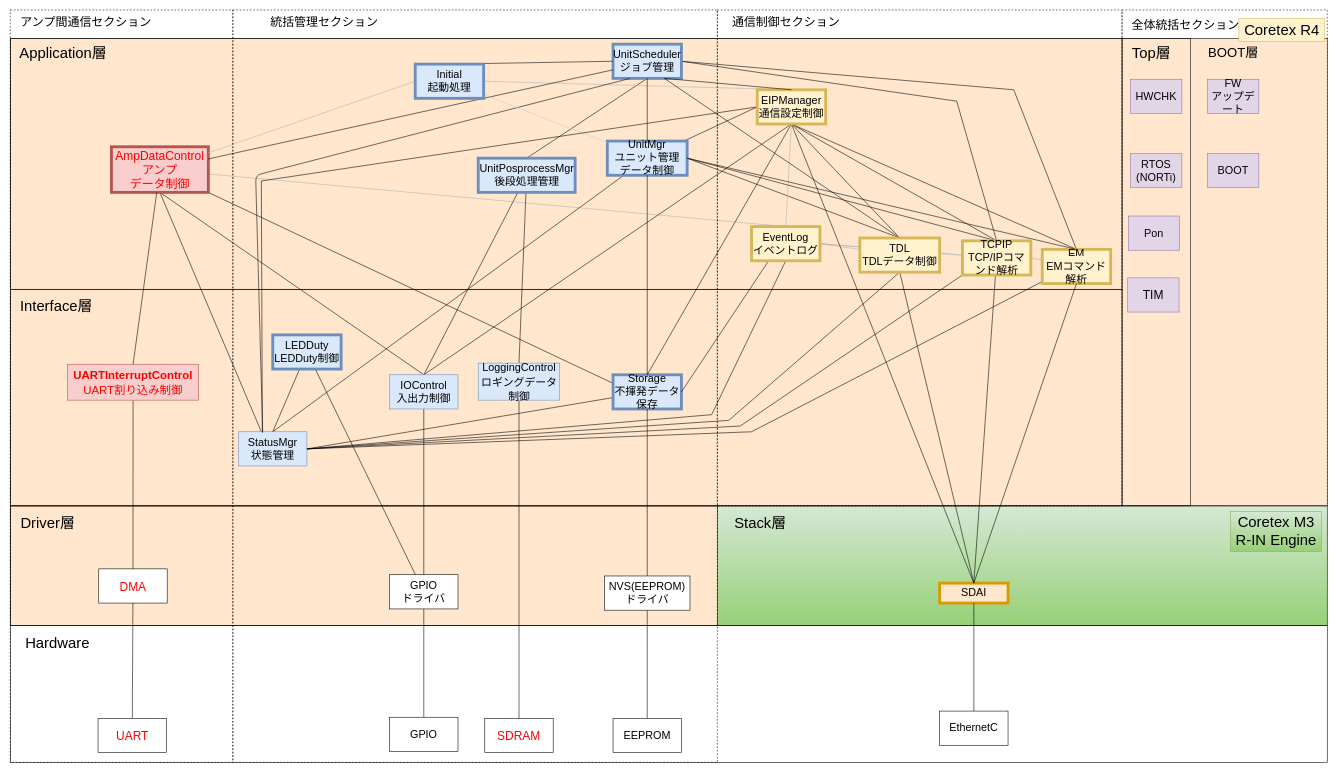
This is page "RevG_NewスマNWU静的構造_完全版" (1 of 4) of NWユニット_アーキテクチャ図.drawio from YutaSuzukiGARI/nwunit, a draw.io file, before an edit. Source tidied: cells renumbered, new cells numbered last; positions are measured from the earlier drawing's top-left corner, leaving out a move shared by most shapes. Both pictures are drawn from the tidied source at 57%, with x=0, y=0 at pixel (10, 10).
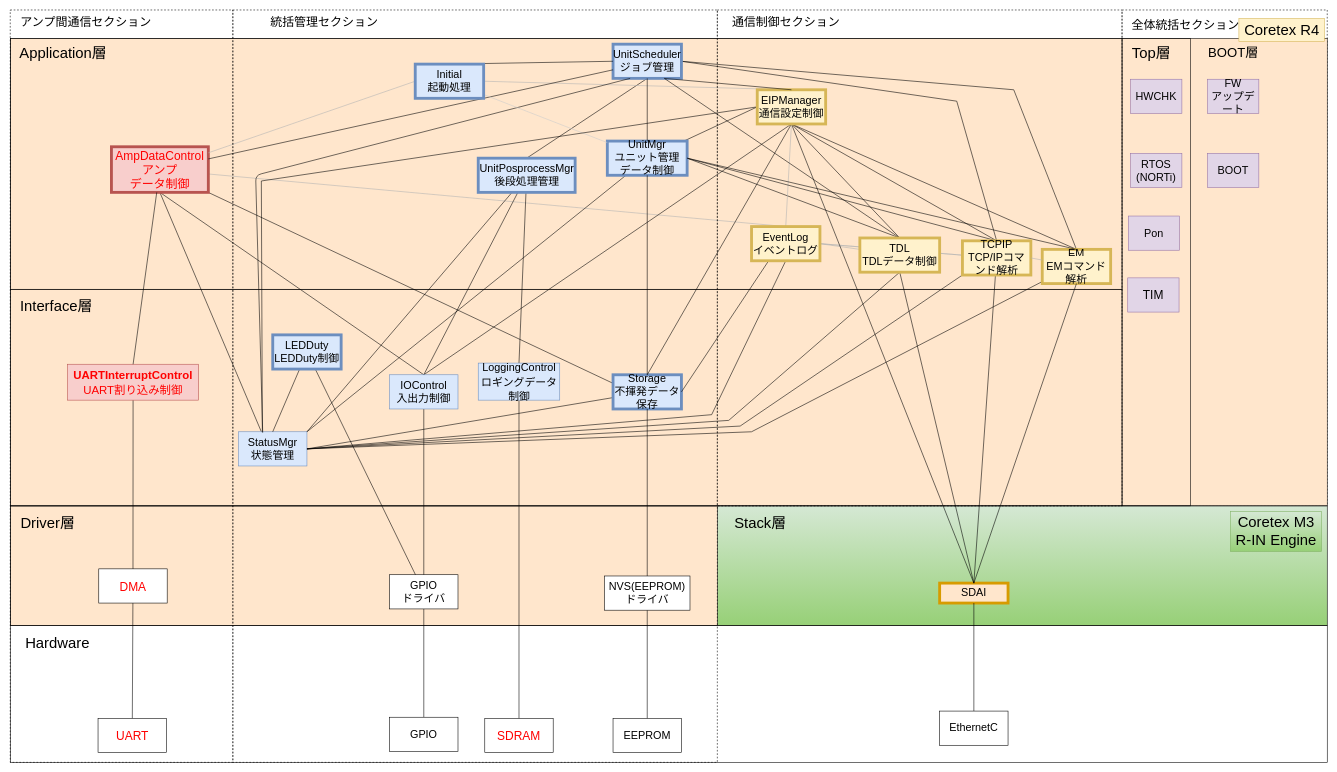
Above is the later version.

Commit message:
Update NWユニット_アーキテクチャ図.drawio

Unchanged cells that the change refers to:
```xml
<mxCell id="21" value="UnitMgr&lt;br style=&quot;font-size: 19px&quot;&gt;ユニット管理&lt;br&gt;データ制御" style="rounded=0;whiteSpace=wrap;html=1;fillColor=#dae8fc;strokeColor=#6c8ebf;fontSize=19;strokeWidth=5;fontColor=default;" parent="1" vertex="1">
  <mxGeometry x="1047" y="230" width="140" height="60" as="geometry" />
</mxCell>
<mxCell id="22" value="StatusMgr&lt;br style=&quot;font-size: 19px&quot;&gt;状態管理" style="rounded=0;whiteSpace=wrap;html=1;fillColor=#dae8fc;strokeColor=#6c8ebf;fontSize=19;fontColor=default;" parent="1" vertex="1">
  <mxGeometry x="400" y="740" width="120" height="60" as="geometry" />
</mxCell>
<mxCell id="89" value="UnitPosprocessMgr&lt;br&gt;後段処理管理" style="rounded=0;whiteSpace=wrap;html=1;fillColor=#dae8fc;strokeColor=#6c8ebf;fontSize=19;strokeWidth=5;fontColor=default;" parent="1" vertex="1">
  <mxGeometry x="820.5" y="260" width="170" height="60" as="geometry" />
</mxCell>
```

Diff of the diagram source:
```diff
@@
-    <mxCell id="20" style="rounded=0;jettySize=auto;html=1;entryX=0.5;entryY=0;entryDx=0;entryDy=0;fontSize=20;endArrow=none;endFill=0;" parent="1" edge="1" source="21" target="22">
+    <mxCell id="20" style="rounded=0;jettySize=auto;html=1;entryX=1;entryY=0;entryDx=0;entryDy=0;fontSize=20;endArrow=none;endFill=0;" parent="1" edge="1" source="21" target="22">
       <mxGeometry relative="1" as="geometry" />
     </mxCell>
@@
+    <mxCell id="116" style="rounded=0;jettySize=auto;html=1;entryX=1;entryY=0;entryDx=0;entryDy=0;endArrow=none;endFill=0;" parent="1" edge="1" source="89" target="22">
+      <mxGeometry relative="1" as="geometry" />
+    </mxCell>
```
